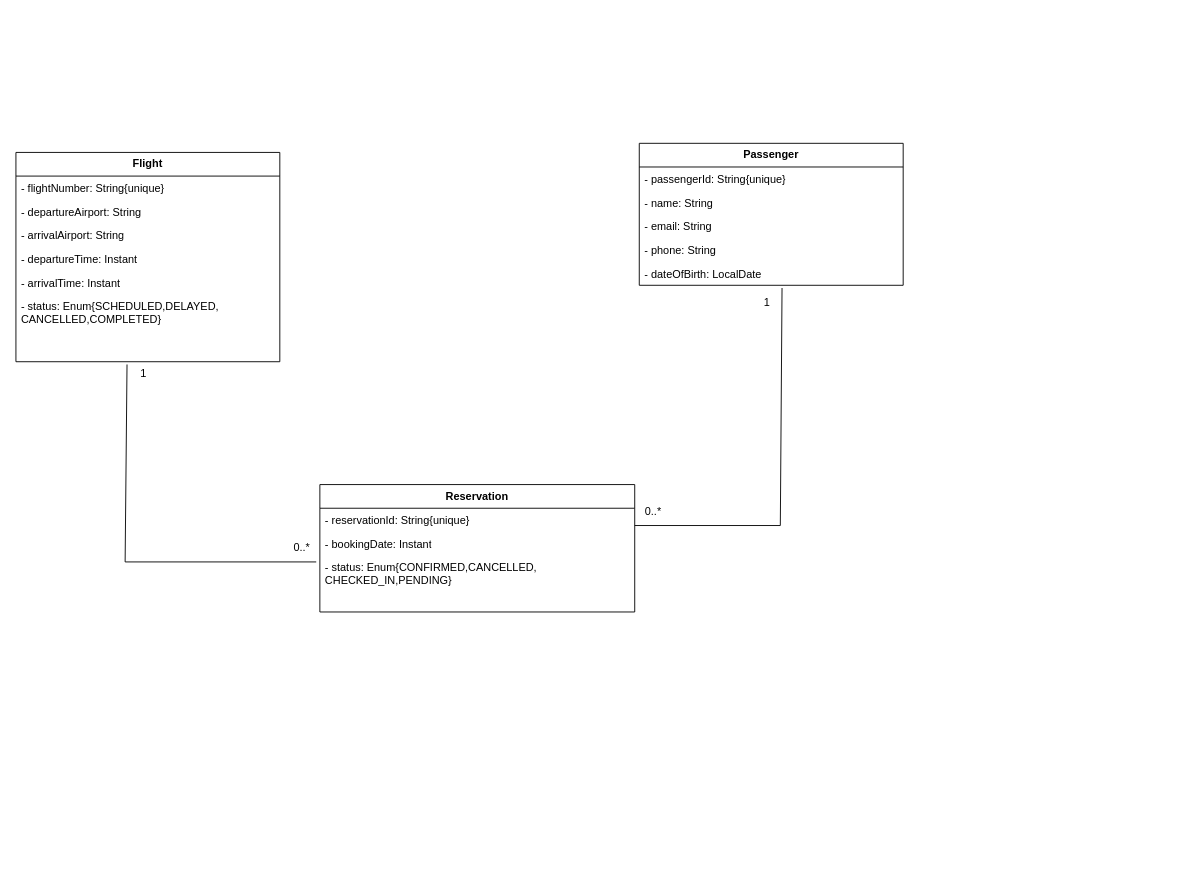
Above: page "Flight Reservation System" (5 of 5) of UML Diagram/Practice.drawio in prakashbtech87/aaaaaaaaaaaPrakashDrawIORepo (draw.io), before the change. Source tidied: cells renumbered, new cells numbered last; positions are measured from the earlier drawing's top-left corner, leaving out a move shared by most shapes. Both pictures are drawn from the tidied source at 91%, with x=0, y=0 at pixel (15, 143).
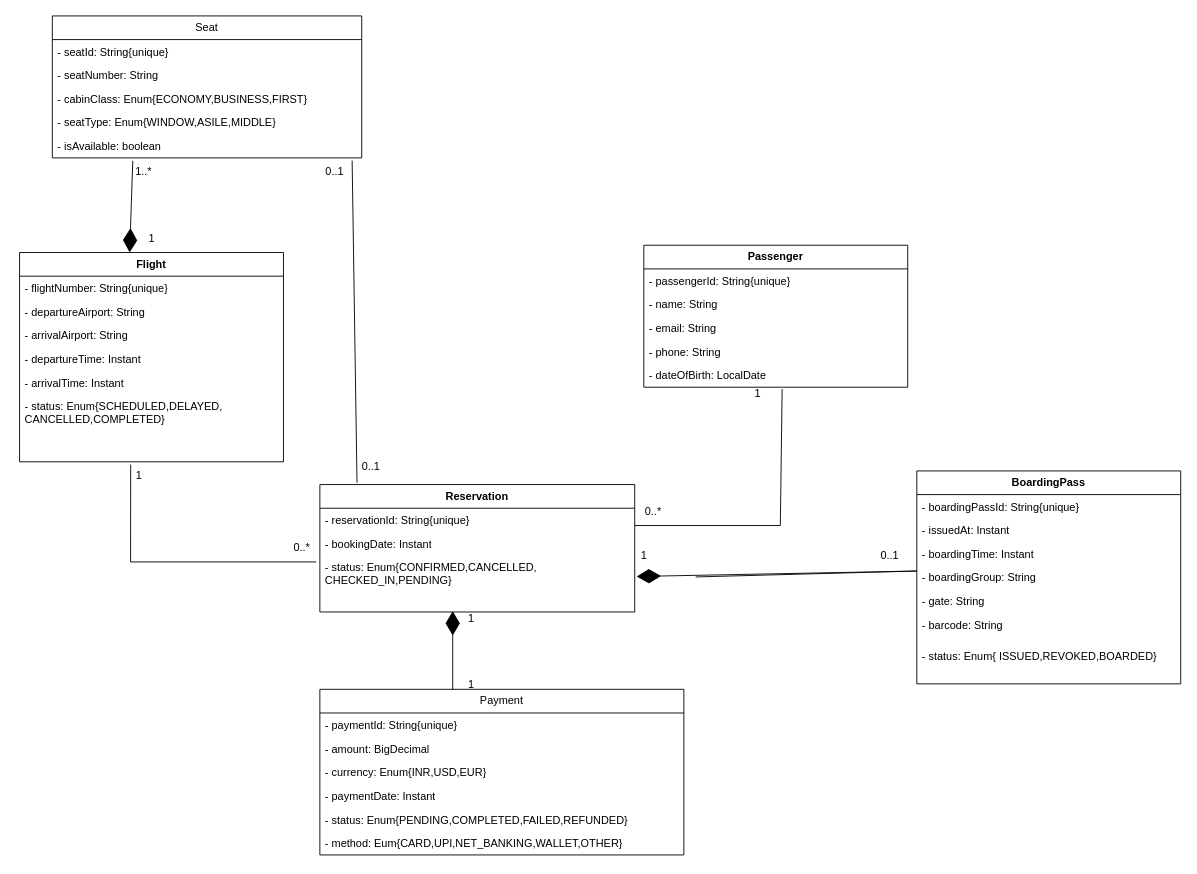
The same page after the edit.

Unchanged cells that the change refers to:
```xml
<mxCell id="8" value="- status: Enum{SCHEDULED,DELAYED,&lt;div&gt;CANCELLED,COMPLETED}&lt;/div&gt;" style="text;strokeColor=none;fillColor=none;align=left;verticalAlign=top;spacingLeft=4;spacingRight=4;overflow=hidden;points=[[0,0.5],[1,0.5]];portConstraint=eastwest;whiteSpace=wrap;html=1;" parent="2" vertex="1">
  <mxGeometry y="156" width="290" height="74" as="geometry" />
</mxCell>
<mxCell id="14" value="- dateOfBirth: LocalDate" style="text;strokeColor=none;fillColor=none;align=left;verticalAlign=top;spacingLeft=4;spacingRight=4;overflow=hidden;points=[[0,0.5],[1,0.5]];portConstraint=eastwest;whiteSpace=wrap;html=1;" parent="9" vertex="1">
  <mxGeometry y="130" width="290" height="26" as="geometry" />
</mxCell>
<mxCell id="15" value="&lt;b&gt;Reservation&lt;/b&gt;" style="swimlane;fontStyle=0;horizontal=1;startSize=26;fillColor=none;whiteSpace=wrap;html=1;" parent="1" vertex="1">
  <mxGeometry x="334" y="375" width="346" height="140" as="geometry" />
</mxCell>
<mxCell id="18" value="- status: Enum{CONFIRMED,CANCELLED,&lt;div&gt;CHECKED_IN,PENDING}&lt;/div&gt;" style="text;strokeColor=none;fillColor=none;align=left;verticalAlign=top;spacingLeft=4;spacingRight=4;overflow=hidden;points=[[0,0.5],[1,0.5]];portConstraint=eastwest;whiteSpace=wrap;html=1;" parent="15" vertex="1">
  <mxGeometry y="78" width="346" height="62" as="geometry" />
</mxCell>
```

Diff of the diagram source:
```diff
@@
     <mxCell id="2" value="&lt;b&gt;Flight&lt;/b&gt;" style="swimlane;fontStyle=0;horizontal=1;startSize=26;fillColor=none;whiteSpace=wrap;html=1;" parent="1" vertex="1">
-      <mxGeometry y="10" width="290" height="230" as="geometry" />
+      <mxGeometry x="4" y="120" width="290" height="230" as="geometry" />
     </mxCell>
@@
     <mxCell id="9" value="&lt;b&gt;Passenger&lt;/b&gt;" style="swimlane;fontStyle=0;horizontal=1;startSize=26;fillColor=none;whiteSpace=wrap;html=1;" parent="1" vertex="1">
-      <mxGeometry x="685" width="290" height="156" as="geometry" />
+      <mxGeometry x="690" y="112" width="290" height="156" as="geometry" />
     </mxCell>
@@
     <mxCell id="19" value="1" style="text;html=1;align=center;verticalAlign=middle;strokeColor=none;fillColor=none;" parent="1" vertex="1">
-      <mxGeometry x="810" y="160" width="30" height="30" as="geometry" />
+      <mxGeometry x="800" y="260" width="30" height="30" as="geometry" />
     </mxCell>
@@
-    <mxCell id="22" style="endArrow=none;html=1;rounded=0;exitX=1;exitY=0.5;exitDx=0;exitDy=0;entryX=0.541;entryY=1.115;entryDx=0;entryDy=0;entryPerimeter=0;" parent="1" edge="1" target="14">
+    <mxCell id="22" style="endArrow=none;html=1;rounded=0;exitX=1;exitY=0.5;exitDx=0;exitDy=0;" parent="1" edge="1">
       <mxGeometry relative="1" as="geometry">
         <mxPoint x="680" y="420" as="sourcePoint" />
+        <mxPoint x="842" y="270" as="targetPoint" />
         <Array as="points">
           <mxPoint x="840" y="420" />
         </Array>
       </mxGeometry>
     </mxCell>
     <mxCell id="23" style="endArrow=none;html=1;rounded=0;entryX=0.421;entryY=1.041;entryDx=0;entryDy=0;entryPerimeter=0;" parent="1" edge="1" target="8">
       <mxGeometry relative="1" as="geometry">
         <mxPoint x="330" y="460" as="sourcePoint" />
         <Array as="points">
-          <mxPoint x="120" y="460" />
+          <mxPoint x="126" y="460" />
         </Array>
       </mxGeometry>
     </mxCell>
     <mxCell id="24" value="1" style="text;html=1;align=center;verticalAlign=middle;strokeColor=none;fillColor=none;" parent="1" vertex="1">
-      <mxGeometry x="125" y="238" width="30" height="30" as="geometry" />
+      <mxGeometry x="120" y="350" width="30" height="30" as="geometry" />
     </mxCell>
+    <mxCell id="25" value="Seat" style="swimlane;fontStyle=0;horizontal=1;startSize=26;fillColor=none;whiteSpace=wrap;html=1;" parent="1" vertex="1">
+      <mxGeometry x="40" y="-140" width="340" height="156" as="geometry" />
+    </mxCell>
+    <mxCell id="26" value="- seatId: String{unique}" style="text;strokeColor=none;fillColor=none;align=left;verticalAlign=top;spacingLeft=4;spacingRight=4;overflow=hidden;whiteSpace=wrap;html=1;" parent="25" vertex="1">
+      <mxGeometry y="26" width="340" height="26" as="geometry" />
+    </mxCell>
+    <mxCell id="27" value="- seatNumber: String" style="text;strokeColor=none;fillColor=none;align=left;verticalAlign=top;spacingLeft=4;spacingRight=4;overflow=hidden;whiteSpace=wrap;html=1;" parent="25" vertex="1">
+      <mxGeometry y="52" width="340" height="26" as="geometry" />
+    </mxCell>
+    <mxCell id="28" value="- cabinClass: Enum{ECONOMY,BUSINESS,FIRST}" style="text;strokeColor=none;fillColor=none;align=left;verticalAlign=top;spacingLeft=4;spacingRight=4;overflow=hidden;whiteSpace=wrap;html=1;" parent="25" vertex="1">
+      <mxGeometry y="78" width="340" height="26" as="geometry" />
+    </mxCell>
+    <mxCell id="29" value="- seatType: Enum{WINDOW,ASILE,MIDDLE}" style="text;strokeColor=none;fillColor=none;align=left;verticalAlign=top;spacingLeft=4;spacingRight=4;overflow=hidden;whiteSpace=wrap;html=1;" parent="25" vertex="1">
+      <mxGeometry y="104" width="340" height="26" as="geometry" />
+    </mxCell>
+    <mxCell id="30" value="- isAvailable: boolean" style="text;strokeColor=none;fillColor=none;align=left;verticalAlign=top;spacingLeft=4;spacingRight=4;overflow=hidden;points=[[0,0.5],[1,0.5]];portConstraint=eastwest;whiteSpace=wrap;html=1;" parent="25" vertex="1">
+      <mxGeometry y="130" width="340" height="26" as="geometry" />
+    </mxCell>
+    <mxCell id="31" value="Payment" style="swimlane;fontStyle=0;horizontal=1;startSize=26;fillColor=none;whiteSpace=wrap;html=1;" parent="1" vertex="1">
+      <mxGeometry x="334" y="600" width="400" height="182" as="geometry" />
+    </mxCell>
+    <mxCell id="32" value="- paymentId: String{unique}" style="text;strokeColor=none;fillColor=none;align=left;verticalAlign=top;spacingLeft=4;spacingRight=4;overflow=hidden;whiteSpace=wrap;html=1;" parent="31" vertex="1">
+      <mxGeometry y="26" width="400" height="26" as="geometry" />
+    </mxCell>
+    <mxCell id="33" value="- amount: BigDecimal" style="text;strokeColor=none;fillColor=none;align=left;verticalAlign=top;spacingLeft=4;spacingRight=4;overflow=hidden;whiteSpace=wrap;html=1;" parent="31" vertex="1">
+      <mxGeometry y="52" width="400" height="26" as="geometry" />
+    </mxCell>
+    <mxCell id="34" value="- currency: Enum{INR,USD,EUR}" style="text;strokeColor=none;fillColor=none;align=left;verticalAlign=top;spacingLeft=4;spacingRight=4;overflow=hidden;whiteSpace=wrap;html=1;" parent="31" vertex="1">
+      <mxGeometry y="78" width="400" height="26" as="geometry" />
+    </mxCell>
+    <mxCell id="35" value="- paymentDate: Instant" style="text;strokeColor=none;fillColor=none;align=left;verticalAlign=top;spacingLeft=4;spacingRight=4;overflow=hidden;whiteSpace=wrap;html=1;" parent="31" vertex="1">
+      <mxGeometry y="104" width="400" height="26" as="geometry" />
+    </mxCell>
+    <mxCell id="36" value="- status: Enum{PENDING,COMPLETED,FAILED,REFUNDED}" style="text;strokeColor=none;fillColor=none;align=left;verticalAlign=top;spacingLeft=4;spacingRight=4;overflow=hidden;whiteSpace=wrap;html=1;" parent="31" vertex="1">
+      <mxGeometry y="130" width="400" height="26" as="geometry" />
+    </mxCell>
+    <mxCell id="37" value="- method: Eum{CARD,UPI,NET_BANKING,WALLET,OTHER}" style="text;strokeColor=none;fillColor=none;align=left;verticalAlign=top;spacingLeft=4;spacingRight=4;overflow=hidden;whiteSpace=wrap;html=1;" parent="31" vertex="1">
+      <mxGeometry y="156" width="400" height="26" as="geometry" />
+    </mxCell>
+    <mxCell id="38" value="1..*" style="text;html=1;align=center;verticalAlign=middle;strokeColor=none;fillColor=none;" parent="1" vertex="1">
+      <mxGeometry x="120" y="16" width="40" height="30" as="geometry" />
+    </mxCell>
+    <mxCell id="39" style="endArrow=diamondThin;endFill=1;endSize=24;html=1;rounded=0;exitX=0.26;exitY=1.125;exitDx=0;exitDy=0;exitPerimeter=0;" parent="1" edge="1" source="30">
+      <mxGeometry relative="1" as="geometry">
+        <mxPoint x="125" y="120" as="targetPoint" />
+      </mxGeometry>
+    </mxCell>
+    <mxCell id="40" style="endArrow=none;html=1;rounded=0;exitX=0.118;exitY=-0.014;exitDx=0;exitDy=0;exitPerimeter=0;entryX=0.969;entryY=1.115;entryDx=0;entryDy=0;entryPerimeter=0;" parent="1" edge="1" source="15" target="30">
+      <mxGeometry relative="1" as="geometry" />
+    </mxCell>
+    <mxCell id="41" value="0..1&lt;div&gt;&lt;br&gt;&lt;/div&gt;" style="text;html=1;align=center;verticalAlign=middle;strokeColor=none;fillColor=none;" parent="1" vertex="1">
+      <mxGeometry x="370" y="343" width="40" height="40" as="geometry" />
+    </mxCell>
+    <mxCell id="42" value="0..1" style="text;html=1;align=center;verticalAlign=middle;strokeColor=none;fillColor=none;" parent="1" vertex="1">
+      <mxGeometry x="330" y="16" width="40" height="30" as="geometry" />
+    </mxCell>
+    <mxCell id="43" style="endArrow=diamondThin;endFill=1;endSize=24;html=1;rounded=0;entryX=0.422;entryY=0.984;entryDx=0;entryDy=0;entryPerimeter=0;" parent="1" edge="1" target="18">
+      <mxGeometry relative="1" as="geometry">
+        <mxPoint x="480" y="600" as="sourcePoint" />
+      </mxGeometry>
+    </mxCell>
+    <mxCell id="44" value="1" style="text;html=1;align=center;verticalAlign=middle;strokeColor=none;fillColor=none;" parent="1" vertex="1">
+      <mxGeometry x="485" y="508" width="30" height="30" as="geometry" />
+    </mxCell>
+    <mxCell id="45" value="1" style="text;html=1;align=center;verticalAlign=middle;strokeColor=none;fillColor=none;" parent="1" vertex="1">
+      <mxGeometry x="485" y="580" width="30" height="30" as="geometry" />
+    </mxCell>
+    <mxCell id="46" value="1" style="text;html=1;align=center;verticalAlign=middle;strokeColor=none;fillColor=none;" parent="1" vertex="1">
+      <mxGeometry x="134" y="90" width="30" height="30" as="geometry" />
+    </mxCell>
+    <mxCell id="47" value="&lt;b&gt;BoardingPass&lt;/b&gt;" style="swimlane;fontStyle=0;horizontal=1;startSize=26;fillColor=none;whiteSpace=wrap;html=1;" parent="1" vertex="1">
+      <mxGeometry x="990" y="360" width="290" height="234" as="geometry" />
+    </mxCell>
+    <mxCell id="48" value="- boardingPassId: String{unique}" style="text;strokeColor=none;fillColor=none;align=left;verticalAlign=top;spacingLeft=4;spacingRight=4;overflow=hidden;whiteSpace=wrap;html=1;" parent="47" vertex="1">
+      <mxGeometry y="26" width="290" height="26" as="geometry" />
+    </mxCell>
+    <mxCell id="49" value="- issuedAt: Instant" style="text;strokeColor=none;fillColor=none;align=left;verticalAlign=top;spacingLeft=4;spacingRight=4;overflow=hidden;whiteSpace=wrap;html=1;" parent="47" vertex="1">
+      <mxGeometry y="52" width="290" height="26" as="geometry" />
+    </mxCell>
+    <mxCell id="50" value="- boardingTime: Instant&lt;table&gt;&lt;tbody&gt;&lt;tr&gt;&lt;td&gt;&lt;br&gt;&lt;/td&gt;&lt;td&gt;&lt;br&gt;&lt;/td&gt;&lt;td&gt;&lt;br&gt;&lt;/td&gt;&lt;/tr&gt;&lt;/tbody&gt;&lt;/table&gt;" style="text;strokeColor=none;fillColor=none;align=left;verticalAlign=top;spacingLeft=4;spacingRight=4;overflow=hidden;whiteSpace=wrap;html=1;" parent="47" vertex="1">
+      <mxGeometry y="78" width="290" height="26" as="geometry" />
+    </mxCell>
+    <mxCell id="51" value="- boardingGroup: String" style="text;strokeColor=none;fillColor=none;align=left;verticalAlign=top;spacingLeft=4;spacingRight=4;overflow=hidden;whiteSpace=wrap;html=1;" parent="47" vertex="1">
+      <mxGeometry y="104" width="290" height="26" as="geometry" />
+    </mxCell>
+    <mxCell id="52" value="- gate: String" style="text;strokeColor=none;fillColor=none;align=left;verticalAlign=top;spacingLeft=4;spacingRight=4;overflow=hidden;whiteSpace=wrap;html=1;" parent="47" vertex="1">
+      <mxGeometry y="130" width="290" height="26" as="geometry" />
+    </mxCell>
+    <mxCell id="53" value="- barcode: String" style="text;strokeColor=none;fillColor=none;align=left;verticalAlign=top;spacingLeft=4;spacingRight=4;overflow=hidden;whiteSpace=wrap;html=1;" parent="47" vertex="1">
+      <mxGeometry y="156" width="290" height="34" as="geometry" />
+    </mxCell>
+    <mxCell id="54" value="- status: Enum{ ISSUED,REVOKED,BOARDED}" style="text;strokeColor=none;fillColor=none;align=left;verticalAlign=top;spacingLeft=4;spacingRight=4;overflow=hidden;whiteSpace=wrap;html=1;" parent="47" vertex="1">
+      <mxGeometry y="190" width="290" height="44" as="geometry" />
+    </mxCell>
+    <mxCell id="55" style="endArrow=diamondThin;endFill=1;endSize=24;html=1;rounded=0;entryX=1.006;entryY=0.371;entryDx=0;entryDy=0;entryPerimeter=0;" parent="1" edge="1" target="18">
+      <mxGeometry relative="1" as="geometry">
+        <mxPoint x="747" y="476.5" as="sourcePoint" />
+        <Array as="points">
+          <mxPoint x="990" y="470" />
+        </Array>
+      </mxGeometry>
+    </mxCell>
+    <mxCell id="56" value="1" style="text;html=1;align=center;verticalAlign=middle;strokeColor=none;fillColor=none;" parent="1" vertex="1">
+      <mxGeometry x="675" y="438" width="30" height="30" as="geometry" />
+    </mxCell>
+    <mxCell id="57" value="0..1" style="text;html=1;align=center;verticalAlign=middle;strokeColor=none;fillColor=none;" parent="1" vertex="1">
+      <mxGeometry x="940" y="438" width="40" height="30" as="geometry" />
+    </mxCell>
```
